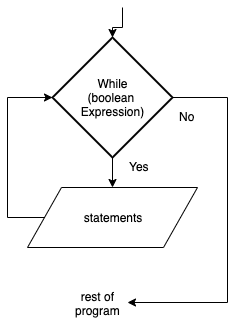
This is docs/structured-problem-solving/images/while-loop.png from Mr-Coxall/Computer-Based-Problem-Solving, a draw.io export, as it was before one commit. Source tidied: cells renumbered, new cells last; positions are measured from the earlier drawing's top-left corner, leaving out a move shared by most shapes. The source it was exported from:
```xml
<mxGraphModel>
  <root>
    <mxCell id="0" />
    <mxCell id="1" parent="0" />
    <mxCell id="2" style="edgeStyle=orthogonalEdgeStyle;rounded=0;jettySize=auto;html=1;" parent="1" edge="1" target="5">
      <mxGeometry relative="1" as="geometry">
        <mxPoint x="115" as="sourcePoint" />
      </mxGeometry>
    </mxCell>
    <mxCell id="3" style="edgeStyle=orthogonalEdgeStyle;rounded=0;jettySize=auto;html=1;entryX=1;entryY=0.5;entryDx=0;entryDy=0;entryPerimeter=0;" parent="1" edge="1" source="5">
      <mxGeometry relative="1" as="geometry">
        <mxPoint x="120" y="295" as="targetPoint" />
        <Array as="points">
          <mxPoint x="220" y="90" />
          <mxPoint x="220" y="295" />
        </Array>
      </mxGeometry>
    </mxCell>
    <mxCell id="4" style="edgeStyle=orthogonalEdgeStyle;rounded=0;jettySize=auto;html=1;entryX=0.5;entryY=0;entryDx=0;entryDy=0;" parent="1" edge="1" source="5" target="7">
      <mxGeometry relative="1" as="geometry" />
    </mxCell>
    <mxCell id="5" value="While&lt;br&gt;(boolean&amp;nbsp;&lt;br&gt;Expression)" style="strokeWidth=2;html=1;shape=mxgraph.flowchart.decision;whiteSpace=wrap;" parent="1" vertex="1">
      <mxGeometry x="45" y="30" width="120" height="120" as="geometry" />
    </mxCell>
    <mxCell id="6" style="edgeStyle=orthogonalEdgeStyle;rounded=0;jettySize=auto;html=1;entryX=0;entryY=0.5;entryDx=0;entryDy=0;entryPerimeter=0;exitX=0;exitY=0.5;exitDx=0;exitDy=0;" parent="1" edge="1" source="7" target="5">
      <mxGeometry relative="1" as="geometry">
        <Array as="points">
          <mxPoint y="210" />
          <mxPoint y="90" />
        </Array>
      </mxGeometry>
    </mxCell>
    <mxCell id="7" value="statements" style="shape=parallelogram;perimeter=parallelogramPerimeter;whiteSpace=wrap;html=1;" parent="1" vertex="1">
      <mxGeometry x="20" y="180" width="170" height="60" as="geometry" />
    </mxCell>
    <mxCell id="8" value="Yes" style="text;html=1;align=left;verticalAlign=top;spacingTop=-4;" parent="1" vertex="1">
      <mxGeometry x="120" y="150" width="30" height="20" as="geometry" />
    </mxCell>
    <mxCell id="9" value="No" style="text;html=1;align=left;verticalAlign=top;spacingTop=-4;" parent="1" vertex="1">
      <mxGeometry x="170" y="100" width="30" height="20" as="geometry" />
    </mxCell>
    <mxCell id="10" value="rest of&lt;br&gt;program" style="text;html=1;points=[];align=center;verticalAlign=top;spacingTop=-4;" parent="1" vertex="1">
      <mxGeometry x="60" y="280" width="60" height="30" as="geometry" />
    </mxCell>
  </root>
</mxGraphModel>
```
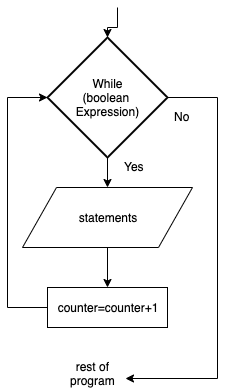
Above is the later version.

What changed in the source:
```diff
@@ -7,29 +7,23 @@
         <mxPoint x="115" as="sourcePoint" />
       </mxGeometry>
     </mxCell>
-    <mxCell id="3" style="edgeStyle=orthogonalEdgeStyle;rounded=0;jettySize=auto;html=1;entryX=1;entryY=0.5;entryDx=0;entryDy=0;entryPerimeter=0;" parent="1" edge="1" source="5">
-      <mxGeometry relative="1" as="geometry">
-        <mxPoint x="120" y="295" as="targetPoint" />
-        <Array as="points">
-          <mxPoint x="220" y="90" />
-          <mxPoint x="220" y="295" />
-        </Array>
-      </mxGeometry>
-    </mxCell>
     <mxCell id="4" style="edgeStyle=orthogonalEdgeStyle;rounded=0;jettySize=auto;html=1;entryX=0.5;entryY=0;entryDx=0;entryDy=0;" parent="1" edge="1" source="5" target="7">
       <mxGeometry relative="1" as="geometry" />
     </mxCell>
+    <mxCell id="11" style="edgeStyle=orthogonalEdgeStyle;rounded=0;jettySize=auto;html=1;exitX=1;exitY=0.5;exitDx=0;exitDy=0;exitPerimeter=0;entryX=1.05;entryY=0.7;entryDx=0;entryDy=0;entryPerimeter=0;" parent="1" edge="1" source="5" target="10">
+      <mxGeometry relative="1" as="geometry">
+        <Array as="points">
+          <mxPoint x="215" y="90" />
+          <mxPoint x="215" y="371" />
+        </Array>
+      </mxGeometry>
+    </mxCell>
     <mxCell id="5" value="While&lt;br&gt;(boolean&amp;nbsp;&lt;br&gt;Expression)" style="strokeWidth=2;html=1;shape=mxgraph.flowchart.decision;whiteSpace=wrap;" parent="1" vertex="1">
       <mxGeometry x="45" y="30" width="120" height="120" as="geometry" />
     </mxCell>
-    <mxCell id="6" style="edgeStyle=orthogonalEdgeStyle;rounded=0;jettySize=auto;html=1;entryX=0;entryY=0.5;entryDx=0;entryDy=0;entryPerimeter=0;exitX=0;exitY=0.5;exitDx=0;exitDy=0;" parent="1" edge="1" source="7" target="5">
-      <mxGeometry relative="1" as="geometry">
-        <Array as="points">
-          <mxPoint y="210" />
-          <mxPoint y="90" />
-        </Array>
-      </mxGeometry>
-    </mxCell>
+    <mxCell id="12" style="edgeStyle=orthogonalEdgeStyle;rounded=0;jettySize=auto;html=1;exitX=0.5;exitY=1;exitDx=0;exitDy=0;entryX=0.5;entryY=0;entryDx=0;entryDy=0;" parent="1" edge="1" source="7" target="14">
+      <mxGeometry relative="1" as="geometry" />
+    </mxCell>
     <mxCell id="7" value="statements" style="shape=parallelogram;perimeter=parallelogramPerimeter;whiteSpace=wrap;html=1;" parent="1" vertex="1">
       <mxGeometry x="20" y="180" width="170" height="60" as="geometry" />
     </mxCell>
@@ -40,7 +34,18 @@
       <mxGeometry x="170" y="100" width="30" height="20" as="geometry" />
     </mxCell>
     <mxCell id="10" value="rest of&lt;br&gt;program" style="text;html=1;points=[];align=center;verticalAlign=top;spacingTop=-4;" parent="1" vertex="1">
-      <mxGeometry x="60" y="280" width="60" height="30" as="geometry" />
+      <mxGeometry x="60" y="350" width="60" height="30" as="geometry" />
     </mxCell>
+    <mxCell id="13" style="edgeStyle=orthogonalEdgeStyle;rounded=0;jettySize=auto;html=1;exitX=0;exitY=0.5;exitDx=0;exitDy=0;entryX=0;entryY=0.5;entryDx=0;entryDy=0;entryPerimeter=0;" parent="1" edge="1" source="14" target="5">
+      <mxGeometry relative="1" as="geometry">
+        <Array as="points">
+          <mxPoint x="5" y="300" />
+          <mxPoint x="5" y="90" />
+        </Array>
+      </mxGeometry>
+    </mxCell>
+    <mxCell id="14" value="counter=counter+1" style="rounded=0;whiteSpace=wrap;html=1;" parent="1" vertex="1">
+      <mxGeometry x="45" y="280" width="120" height="40" as="geometry" />
+    </mxCell>
   </root>
 </mxGraphModel>
```
